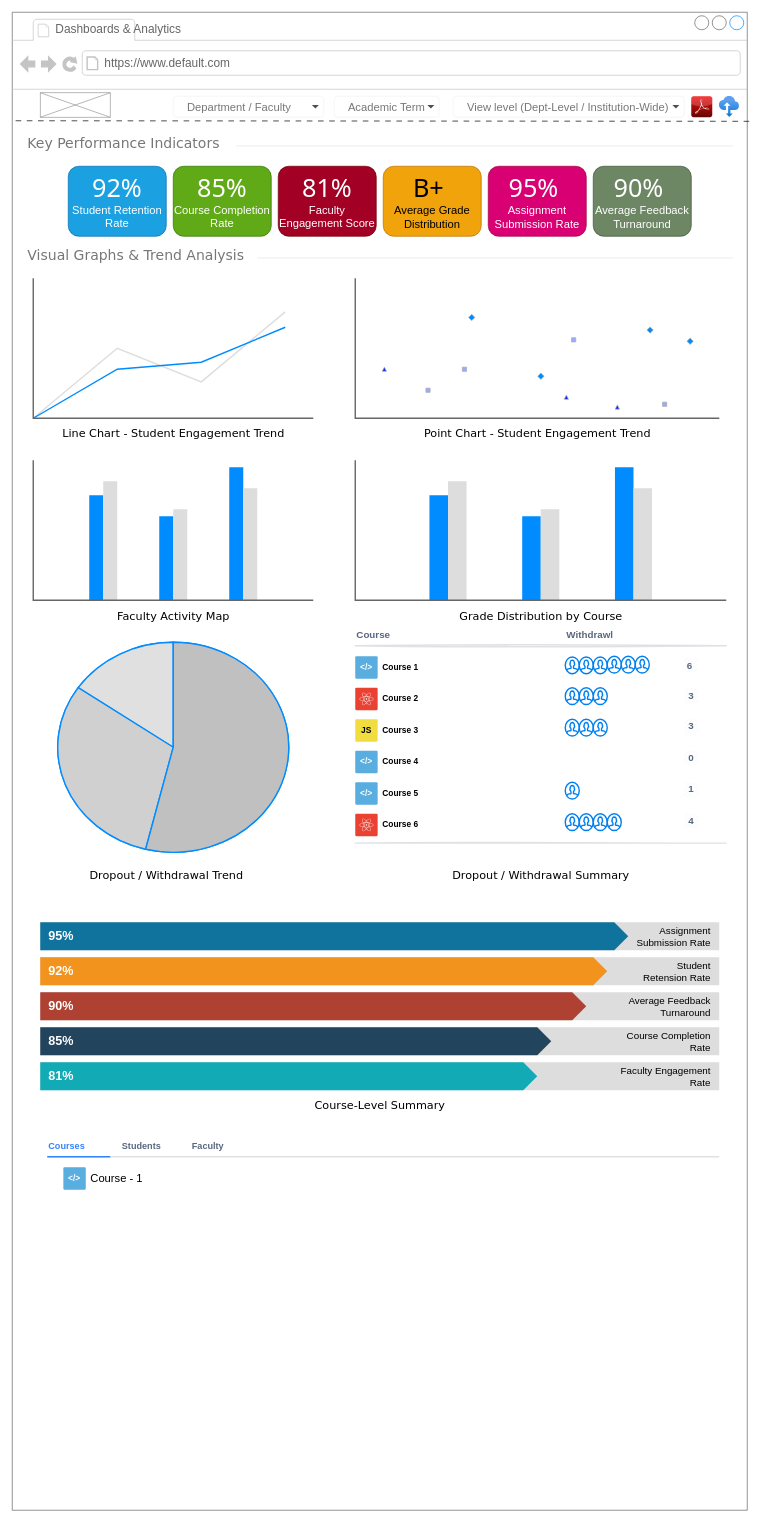
Above: page "Dashboards & Analytics" (2 of 10) of 02 - LMS-SysCollege/04 - UI_Designs/WireFrame.drawio in ZohaibWaqarMalik/Technical-Business-Analyst-Projects (draw.io), before the change. Source tidied: cells renumbered, new cells numbered last; positions are measured from the earlier drawing's top-left corner, leaving out a move shared by most shapes. Both pictures are drawn from the tidied source at 70%, with x=0, y=0 at pixel (12, 12).
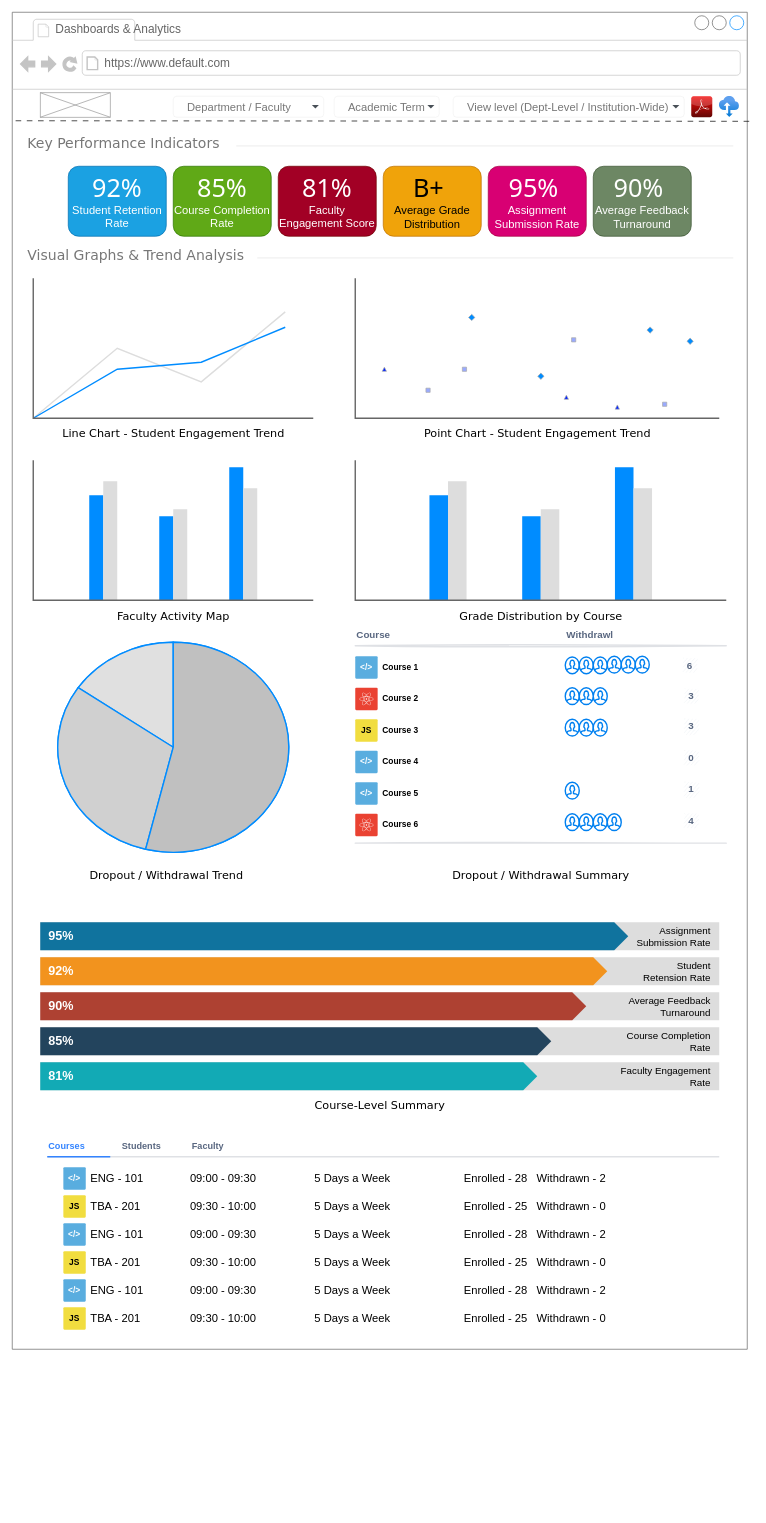
The same diagram, later.

Diff of the diagram source:
```diff
@@
     <mxCell id="2" style="strokeWidth=1;shadow=0;dashed=0;align=center;html=1;shape=mxgraph.mockup.containers.browserWindow;rSize=0;strokeColor=#666666;mainText=,;rounded=0;labelBackgroundColor=none;fontFamily=Verdana;fontSize=12;" parent="1" vertex="1">
-      <mxGeometry width="1050" height="2140" as="geometry" />
+      <mxGeometry width="1050" height="1910" as="geometry" />
     </mxCell>
@@
-    <mxCell id="98" value="&lt;font style=&quot;font-weight: normal; font-size: 16px;&quot;&gt;Course - 1&lt;/font&gt;" style="html=1;fillColor=none;strokeColor=none;fontSize=12;align=left;fontColor=#000000;whiteSpace=wrap;fontStyle=1;sketch=1;hachureGap=4;fontFamily=Helvetica;" parent="2" vertex="1">
+    <mxCell id="98" value="&lt;font style=&quot;font-weight: normal; font-size: 16px;&quot;&gt;ENG - 101&lt;span style=&quot;white-space: pre;&quot;&gt;&#9;&lt;/span&gt;&lt;span style=&quot;white-space: pre;&quot;&gt;&#9;&lt;/span&gt;09:00 - 09:30&lt;span style=&quot;white-space: pre;&quot;&gt;&#9;&lt;/span&gt;&lt;span style=&quot;white-space: pre;&quot;&gt;&#9;&lt;span style=&quot;white-space: pre;&quot;&gt;&#9;&lt;/span&gt;5 Days a Week&lt;span style=&quot;white-space: pre;&quot;&gt;&#9;&lt;/span&gt;&lt;span style=&quot;white-space: pre;&quot;&gt;&#9;&lt;/span&gt;&lt;span style=&quot;white-space: pre;&quot;&gt;&#9;&lt;/span&gt;E&lt;/span&gt;nrolled - 28&amp;nbsp; &amp;nbsp;Withdrawn - 2&lt;span style=&quot;white-space: pre;&quot;&gt;&#9;&lt;/span&gt;&lt;span style=&quot;white-space: pre;&quot;&gt;&#9;&lt;/span&gt;&lt;span style=&quot;white-space: pre;&quot;&gt;&#9;&lt;/span&gt;&lt;span style=&quot;white-space: pre;&quot;&gt;&#9;&lt;/span&gt;&lt;/font&gt;" style="html=1;fillColor=none;strokeColor=none;fontSize=12;align=left;fontColor=#000000;whiteSpace=wrap;fontStyle=1;sketch=1;hachureGap=4;fontFamily=Helvetica;" parent="2" vertex="1">
       <mxGeometry x="110" y="1656" width="880" height="20" as="geometry" />
     </mxCell>
+    <mxCell id="100" value="JS" style="rounded=1;arcSize=5;fillColor=#F1DD3F;strokeColor=none;fontColor=#000000;align=center;verticalAlign=middle;whiteSpace=wrap;fontSize=12;fontStyle=1;html=1;sketch=0;hachureGap=4;fontFamily=Helvetica;" parent="2" vertex="1">
+      <mxGeometry x="73" y="1690" width="32" height="32" as="geometry" />
+    </mxCell>
+    <mxCell id="101" value="&lt;font style=&quot;font-weight: normal; font-size: 16px;&quot;&gt;TBA - 201&lt;span style=&quot;white-space: pre;&quot;&gt;&#9;&lt;/span&gt;&lt;span style=&quot;white-space: pre;&quot;&gt;&#9;&lt;/span&gt;09:30 - 10:00&lt;span style=&quot;white-space: pre;&quot;&gt;&#9;&lt;/span&gt;&lt;span style=&quot;white-space: pre;&quot;&gt;&#9;&lt;span style=&quot;white-space: pre;&quot;&gt;&#9;&lt;/span&gt;5 Days a Week&lt;span style=&quot;white-space: pre;&quot;&gt;&#9;&lt;/span&gt;&lt;span style=&quot;white-space: pre;&quot;&gt;&#9;&lt;/span&gt;&lt;span style=&quot;white-space: pre;&quot;&gt;&#9;&lt;/span&gt;E&lt;/span&gt;nrolled - 25&amp;nbsp; &amp;nbsp;Withdrawn - 0&lt;span style=&quot;white-space: pre;&quot;&gt;&#9;&lt;/span&gt;&lt;span style=&quot;white-space: pre;&quot;&gt;&#9;&lt;/span&gt;&lt;span style=&quot;white-space: pre;&quot;&gt;&#9;&lt;/span&gt;&lt;span style=&quot;white-space: pre;&quot;&gt;&#9;&lt;/span&gt;&lt;/font&gt;" style="html=1;fillColor=none;strokeColor=none;fontSize=12;align=left;fontColor=#000000;whiteSpace=wrap;fontStyle=1;sketch=1;hachureGap=4;fontFamily=Helvetica;" parent="2" vertex="1">
+      <mxGeometry x="110" y="1696" width="880" height="20" as="geometry" />
+    </mxCell>
+    <mxCell id="102" value="&amp;lt;/&amp;gt;" style="rounded=1;arcSize=5;fillColor=#59ADDF;strokeColor=none;fontColor=#ffffff;align=center;verticalAlign=middle;whiteSpace=wrap;fontSize=12;fontStyle=1;html=1;sketch=0;hachureGap=4;fontFamily=Helvetica;" parent="2" vertex="1">
+      <mxGeometry x="73" y="1730" width="32" height="32" as="geometry" />
+    </mxCell>
+    <mxCell id="103" value="&lt;font style=&quot;font-weight: normal; font-size: 16px;&quot;&gt;ENG - 101&lt;span style=&quot;white-space: pre;&quot;&gt;&#9;&lt;/span&gt;&lt;span style=&quot;white-space: pre;&quot;&gt;&#9;&lt;/span&gt;09:00 - 09:30&lt;span style=&quot;white-space: pre;&quot;&gt;&#9;&lt;/span&gt;&lt;span style=&quot;white-space: pre;&quot;&gt;&#9;&lt;span style=&quot;white-space: pre;&quot;&gt;&#9;&lt;/span&gt;5 Days a Week&lt;span style=&quot;white-space: pre;&quot;&gt;&#9;&lt;/span&gt;&lt;span style=&quot;white-space: pre;&quot;&gt;&#9;&lt;/span&gt;&lt;span style=&quot;white-space: pre;&quot;&gt;&#9;&lt;/span&gt;E&lt;/span&gt;nrolled - 28&amp;nbsp; &amp;nbsp;Withdrawn - 2&lt;span style=&quot;white-space: pre;&quot;&gt;&#9;&lt;/span&gt;&lt;span style=&quot;white-space: pre;&quot;&gt;&#9;&lt;/span&gt;&lt;span style=&quot;white-space: pre;&quot;&gt;&#9;&lt;/span&gt;&lt;span style=&quot;white-space: pre;&quot;&gt;&#9;&lt;/span&gt;&lt;/font&gt;" style="html=1;fillColor=none;strokeColor=none;fontSize=12;align=left;fontColor=#000000;whiteSpace=wrap;fontStyle=1;sketch=1;hachureGap=4;fontFamily=Helvetica;" parent="2" vertex="1">
+      <mxGeometry x="110" y="1736" width="880" height="20" as="geometry" />
+    </mxCell>
+    <mxCell id="104" value="JS" style="rounded=1;arcSize=5;fillColor=#F1DD3F;strokeColor=none;fontColor=#000000;align=center;verticalAlign=middle;whiteSpace=wrap;fontSize=12;fontStyle=1;html=1;sketch=0;hachureGap=4;fontFamily=Helvetica;" parent="2" vertex="1">
+      <mxGeometry x="73" y="1770" width="32" height="32" as="geometry" />
+    </mxCell>
+    <mxCell id="105" value="&lt;font style=&quot;font-weight: normal; font-size: 16px;&quot;&gt;TBA - 201&lt;span style=&quot;white-space: pre;&quot;&gt;&#9;&lt;/span&gt;&lt;span style=&quot;white-space: pre;&quot;&gt;&#9;&lt;/span&gt;09:30 - 10:00&lt;span style=&quot;white-space: pre;&quot;&gt;&#9;&lt;/span&gt;&lt;span style=&quot;white-space: pre;&quot;&gt;&#9;&lt;span style=&quot;white-space: pre;&quot;&gt;&#9;&lt;/span&gt;5 Days a Week&lt;span style=&quot;white-space: pre;&quot;&gt;&#9;&lt;/span&gt;&lt;span style=&quot;white-space: pre;&quot;&gt;&#9;&lt;/span&gt;&lt;span style=&quot;white-space: pre;&quot;&gt;&#9;&lt;/span&gt;E&lt;/span&gt;nrolled - 25&amp;nbsp; &amp;nbsp;Withdrawn - 0&lt;span style=&quot;white-space: pre;&quot;&gt;&#9;&lt;/span&gt;&lt;span style=&quot;white-space: pre;&quot;&gt;&#9;&lt;/span&gt;&lt;span style=&quot;white-space: pre;&quot;&gt;&#9;&lt;/span&gt;&lt;span style=&quot;white-space: pre;&quot;&gt;&#9;&lt;/span&gt;&lt;/font&gt;" style="html=1;fillColor=none;strokeColor=none;fontSize=12;align=left;fontColor=#000000;whiteSpace=wrap;fontStyle=1;sketch=1;hachureGap=4;fontFamily=Helvetica;" parent="2" vertex="1">
+      <mxGeometry x="110" y="1776" width="880" height="20" as="geometry" />
+    </mxCell>
+    <mxCell id="106" value="&amp;lt;/&amp;gt;" style="rounded=1;arcSize=5;fillColor=#59ADDF;strokeColor=none;fontColor=#ffffff;align=center;verticalAlign=middle;whiteSpace=wrap;fontSize=12;fontStyle=1;html=1;sketch=0;hachureGap=4;fontFamily=Helvetica;" parent="2" vertex="1">
+      <mxGeometry x="73" y="1810" width="32" height="32" as="geometry" />
+    </mxCell>
+    <mxCell id="107" value="&lt;font style=&quot;font-weight: normal; font-size: 16px;&quot;&gt;ENG - 101&lt;span style=&quot;white-space: pre;&quot;&gt;&#9;&lt;/span&gt;&lt;span style=&quot;white-space: pre;&quot;&gt;&#9;&lt;/span&gt;09:00 - 09:30&lt;span style=&quot;white-space: pre;&quot;&gt;&#9;&lt;/span&gt;&lt;span style=&quot;white-space: pre;&quot;&gt;&#9;&lt;span style=&quot;white-space: pre;&quot;&gt;&#9;&lt;/span&gt;5 Days a Week&lt;span style=&quot;white-space: pre;&quot;&gt;&#9;&lt;/span&gt;&lt;span style=&quot;white-space: pre;&quot;&gt;&#9;&lt;/span&gt;&lt;span style=&quot;white-space: pre;&quot;&gt;&#9;&lt;/span&gt;E&lt;/span&gt;nrolled - 28&amp;nbsp; &amp;nbsp;Withdrawn - 2&lt;span style=&quot;white-space: pre;&quot;&gt;&#9;&lt;/span&gt;&lt;span style=&quot;white-space: pre;&quot;&gt;&#9;&lt;/span&gt;&lt;span style=&quot;white-space: pre;&quot;&gt;&#9;&lt;/span&gt;&lt;span style=&quot;white-space: pre;&quot;&gt;&#9;&lt;/span&gt;&lt;/font&gt;" style="html=1;fillColor=none;strokeColor=none;fontSize=12;align=left;fontColor=#000000;whiteSpace=wrap;fontStyle=1;sketch=1;hachureGap=4;fontFamily=Helvetica;" parent="2" vertex="1">
+      <mxGeometry x="110" y="1816" width="880" height="20" as="geometry" />
+    </mxCell>
+    <mxCell id="108" value="JS" style="rounded=1;arcSize=5;fillColor=#F1DD3F;strokeColor=none;fontColor=#000000;align=center;verticalAlign=middle;whiteSpace=wrap;fontSize=12;fontStyle=1;html=1;sketch=0;hachureGap=4;fontFamily=Helvetica;" parent="2" vertex="1">
+      <mxGeometry x="73" y="1850" width="32" height="32" as="geometry" />
+    </mxCell>
+    <mxCell id="109" value="&lt;font style=&quot;font-weight: normal; font-size: 16px;&quot;&gt;TBA - 201&lt;span style=&quot;white-space: pre;&quot;&gt;&#9;&lt;/span&gt;&lt;span style=&quot;white-space: pre;&quot;&gt;&#9;&lt;/span&gt;09:30 - 10:00&lt;span style=&quot;white-space: pre;&quot;&gt;&#9;&lt;/span&gt;&lt;span style=&quot;white-space: pre;&quot;&gt;&#9;&lt;span style=&quot;white-space: pre;&quot;&gt;&#9;&lt;/span&gt;5 Days a Week&lt;span style=&quot;white-space: pre;&quot;&gt;&#9;&lt;/span&gt;&lt;span style=&quot;white-space: pre;&quot;&gt;&#9;&lt;/span&gt;&lt;span style=&quot;white-space: pre;&quot;&gt;&#9;&lt;/span&gt;E&lt;/span&gt;nrolled - 25&amp;nbsp; &amp;nbsp;Withdrawn - 0&lt;span style=&quot;white-space: pre;&quot;&gt;&#9;&lt;/span&gt;&lt;span style=&quot;white-space: pre;&quot;&gt;&#9;&lt;/span&gt;&lt;span style=&quot;white-space: pre;&quot;&gt;&#9;&lt;/span&gt;&lt;span style=&quot;white-space: pre;&quot;&gt;&#9;&lt;/span&gt;&lt;/font&gt;" style="html=1;fillColor=none;strokeColor=none;fontSize=12;align=left;fontColor=#000000;whiteSpace=wrap;fontStyle=1;sketch=1;hachureGap=4;fontFamily=Helvetica;" parent="2" vertex="1">
+      <mxGeometry x="110" y="1856" width="880" height="20" as="geometry" />
+    </mxCell>
```
